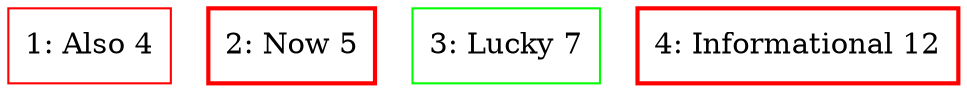
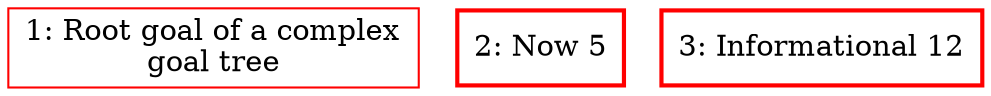
digraph g {
node [shape=box];
- 1 [label="1: Also 4", color=red];
+ 1 [label="1: Root goal of a complex
+ goal tree", color=red];
2 [label="2: Now 5", color=red, style=bold];
- 3 [label="3: Lucky 7", color=green];
- 4 [label="4: Informational 12", color=red, style=bold];
+ 3 [label="3: Informational 12", color=red, style=bold];
}
